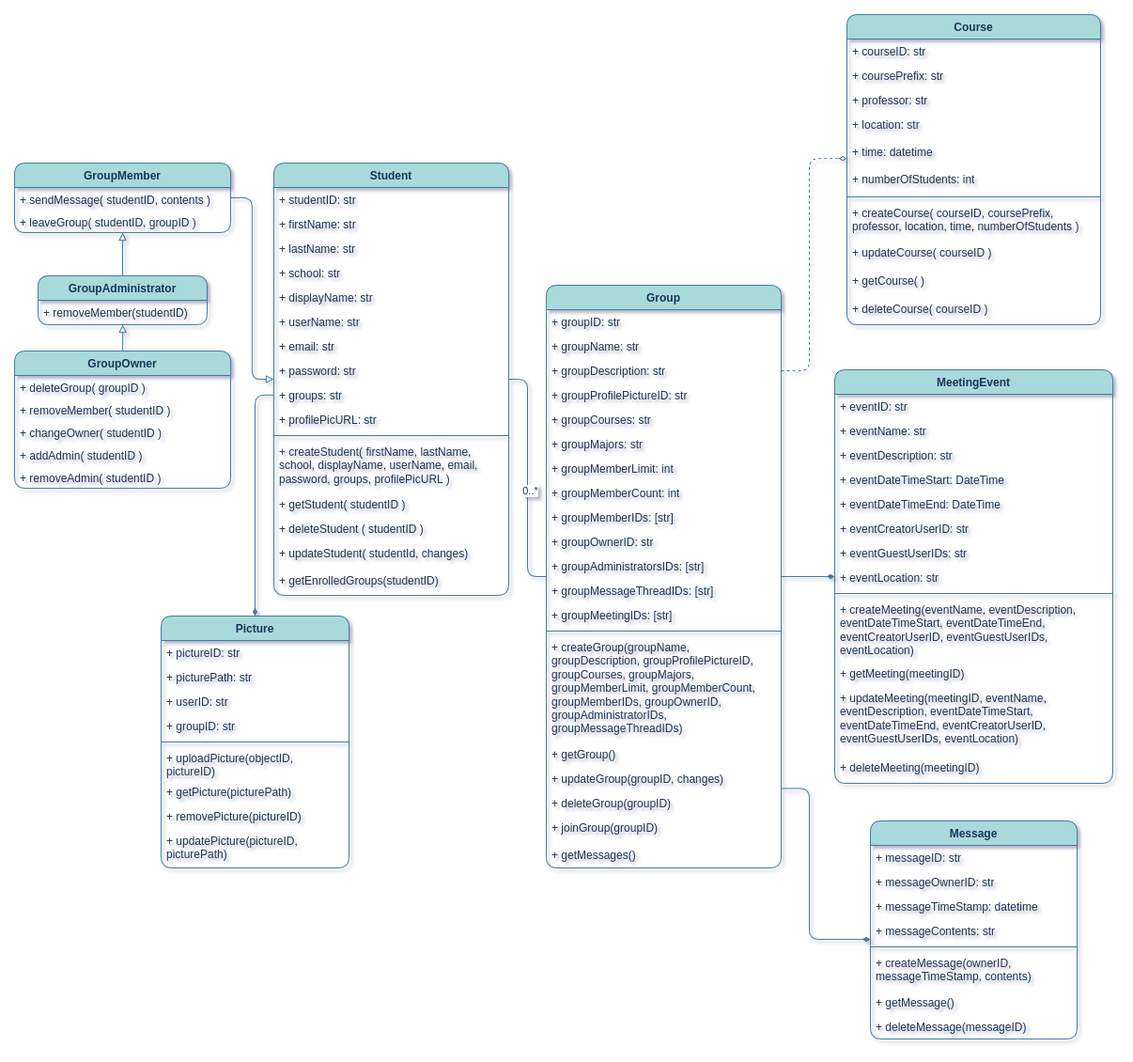
Before: Deliverables/res/deliverable3ClassDiagram.png, a diagram exported from draw.io (jadynlaila/Study_Group_Platform). Source tidied: cells renumbered, new cells last; positions are measured from the earlier drawing's top-left corner, leaving out a move shared by most shapes.
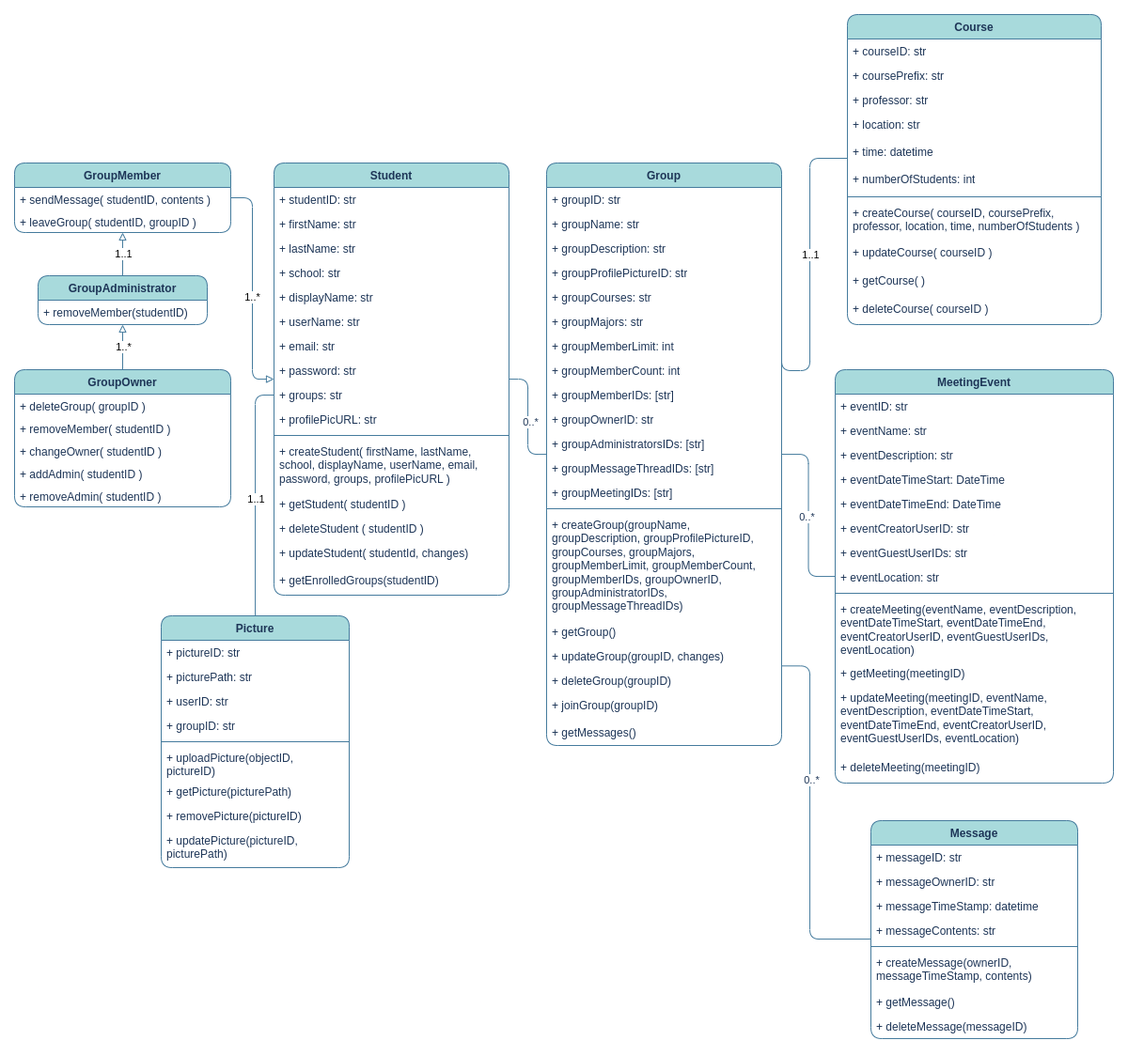
The same file after the commit.

Commit message:
Updated the UML diagram based off feedback

Diff of the diagram source:
```diff
@@ -83,10 +83,13 @@
     <mxCell id="28" value="+ deleteMessage(messageID)" style="text;strokeColor=none;fillColor=none;align=left;verticalAlign=top;spacingLeft=4;spacingRight=4;overflow=hidden;whiteSpace=wrap;html=1;labelBackgroundColor=none;fontColor=#1D3557;rounded=1;" parent="20" vertex="1">
       <mxGeometry y="206" width="220" height="26" as="geometry" />
     </mxCell>
-    <mxCell id="29" style="edgeStyle=orthogonalEdgeStyle;shape=connector;curved=0;rounded=1;jettySize=auto;html=1;strokeColor=#457B9D;align=center;verticalAlign=middle;fontFamily=Helvetica;fontSize=11;fontColor=#1D3557;labelBackgroundColor=default;endArrow=diamondThin;endFill=1;fillColor=#A8DADC;" parent="1" edge="1" source="32" target="62">
+    <mxCell id="29" style="edgeStyle=orthogonalEdgeStyle;shape=connector;curved=0;rounded=1;jettySize=auto;html=1;strokeColor=#457B9D;align=center;verticalAlign=middle;fontFamily=Helvetica;fontSize=11;fontColor=#1D3557;labelBackgroundColor=default;endArrow=none;endFill=0;fillColor=#A8DADC;" parent="1" edge="1" source="32" target="62">
       <mxGeometry relative="1" as="geometry" />
     </mxCell>
+    <mxCell id="101" value="0..*" style="edgeLabel;html=1;align=center;verticalAlign=middle;strokeColor=#457B9D;fontFamily=Helvetica;fontSize=11;fontColor=#1D3557;labelBackgroundColor=default;fillColor=#A8DADC;" parent="29" vertex="1">
+      <mxGeometry x="0.02" y="-2" relative="1" as="geometry" />
+    </mxCell>
-    <mxCell id="30" style="edgeStyle=orthogonalEdgeStyle;shape=connector;curved=0;rounded=1;jettySize=auto;html=1;strokeColor=#457B9D;align=center;verticalAlign=middle;fontFamily=Helvetica;fontSize=11;fontColor=#1D3557;labelBackgroundColor=default;endArrow=diamondThin;endFill=0;fillColor=#A8DADC;dashed=1;exitX=1;exitY=0.5;exitDx=0;exitDy=0;" parent="1" edge="1" source="35" target="87">
+    <mxCell id="30" style="edgeStyle=orthogonalEdgeStyle;shape=connector;curved=0;rounded=1;jettySize=auto;html=1;strokeColor=#457B9D;align=center;verticalAlign=middle;fontFamily=Helvetica;fontSize=11;fontColor=#1D3557;labelBackgroundColor=default;endArrow=none;endFill=0;fillColor=#A8DADC;exitX=1;exitY=0.5;exitDx=0;exitDy=0;" parent="1" edge="1" source="35" target="87">
       <mxGeometry relative="1" as="geometry">
         <Array as="points">
           <mxPoint x="846" y="379" />
@@ -94,16 +97,24 @@
         </Array>
       </mxGeometry>
     </mxCell>
+    <mxCell id="102" value="1..1" style="edgeLabel;html=1;align=center;verticalAlign=middle;" parent="30" vertex="1">
+      <mxGeometry x="0.59" y="3" relative="1" as="geometry">
+        <mxPoint x="3" y="54" as="offset" />
+      </mxGeometry>
+    </mxCell>
-    <mxCell id="31" style="edgeStyle=orthogonalEdgeStyle;shape=connector;curved=0;rounded=1;jettySize=auto;html=1;strokeColor=#457B9D;align=center;verticalAlign=middle;fontFamily=Helvetica;fontSize=11;fontColor=#1D3557;labelBackgroundColor=default;endArrow=diamondThin;endFill=1;fillColor=#A8DADC;exitX=1.001;exitY=0.897;exitDx=0;exitDy=0;exitPerimeter=0;" parent="1" edge="1" source="49" target="20">
+    <mxCell id="31" style="edgeStyle=orthogonalEdgeStyle;shape=connector;curved=0;rounded=1;jettySize=auto;html=1;strokeColor=#457B9D;align=center;verticalAlign=middle;fontFamily=Helvetica;fontSize=11;fontColor=#1D3557;labelBackgroundColor=default;endArrow=none;endFill=0;fillColor=#A8DADC;exitX=1.001;exitY=0.897;exitDx=0;exitDy=0;exitPerimeter=0;" parent="1" edge="1" source="49" target="20">
       <mxGeometry relative="1" as="geometry">
         <Array as="points">
-          <mxPoint x="846" y="823" />
+          <mxPoint x="846" y="693" />
           <mxPoint x="846" y="984" />
         </Array>
       </mxGeometry>
     </mxCell>
+    <mxCell id="103" value="0..*" style="edgeLabel;html=1;align=center;verticalAlign=middle;strokeColor=#457B9D;fontFamily=Helvetica;fontSize=11;fontColor=#1D3557;labelBackgroundColor=default;fillColor=#A8DADC;" parent="31" vertex="1">
+      <mxGeometry x="-0.22" y="1" relative="1" as="geometry" />
+    </mxCell>
     <mxCell id="32" value="Group" style="swimlane;fontStyle=1;align=center;verticalAlign=top;horizontal=1;startSize=26;whiteSpace=wrap;html=1;labelBackgroundColor=none;fillColor=#A8DADC;strokeColor=#457B9D;fontColor=#1D3557;rounded=1;" parent="1" vertex="1">
-      <mxGeometry x="566" y="288" width="250" height="620" as="geometry" />
+      <mxGeometry x="566" y="158" width="250" height="620" as="geometry" />
     </mxCell>
     <mxCell id="33" value="+ groupID: str" style="text;strokeColor=none;fillColor=none;align=left;verticalAlign=top;spacingLeft=4;spacingRight=4;overflow=hidden;whiteSpace=wrap;html=1;labelBackgroundColor=none;fontColor=#1D3557;rounded=1;" parent="32" vertex="1">
       <mxGeometry y="26" width="250" height="26" as="geometry" />
@@ -237,8 +248,13 @@
     <mxCell id="76" style="edgeStyle=orthogonalEdgeStyle;shape=connector;curved=0;rounded=1;jettySize=auto;html=1;strokeColor=#457B9D;align=center;verticalAlign=middle;fontFamily=Helvetica;fontSize=11;fontColor=#1D3557;labelBackgroundColor=default;endArrow=block;endFill=0;fillColor=#A8DADC;" parent="1" edge="1" source="77" target="98">
       <mxGeometry relative="1" as="geometry" />
     </mxCell>
+    <mxCell id="104" value="1..*" style="edgeLabel;html=1;align=center;verticalAlign=middle;" parent="76" vertex="1">
+      <mxGeometry x="0.68" y="-2" relative="1" as="geometry">
+        <mxPoint x="-2" y="15" as="offset" />
+      </mxGeometry>
+    </mxCell>
     <mxCell id="77" value="GroupOwner" style="swimlane;fontStyle=1;align=center;verticalAlign=top;horizontal=1;startSize=26;whiteSpace=wrap;html=1;labelBackgroundColor=none;fillColor=#A8DADC;strokeColor=#457B9D;fontColor=#1D3557;rounded=1;" parent="1" vertex="1">
-      <mxGeometry y="358" width="230" height="146" as="geometry" />
+      <mxGeometry y="378" width="230" height="146" as="geometry" />
     </mxCell>
     <mxCell id="78" value="+ deleteGroup( groupID )" style="text;strokeColor=none;fillColor=none;align=left;verticalAlign=top;spacingLeft=4;spacingRight=4;overflow=hidden;whiteSpace=wrap;html=1;labelBackgroundColor=none;fontColor=#1D3557;rounded=1;" parent="77" vertex="1">
       <mxGeometry y="26" width="230" height="24" as="geometry" />
@@ -258,6 +274,11 @@
     <mxCell id="83" style="edgeStyle=orthogonalEdgeStyle;shape=connector;curved=0;rounded=1;jettySize=auto;html=1;strokeColor=#457B9D;align=center;verticalAlign=middle;fontFamily=Helvetica;fontSize=11;fontColor=#1D3557;labelBackgroundColor=default;endArrow=block;endFill=0;fillColor=#A8DADC;" parent="1" edge="1" source="84" target="4">
       <mxGeometry relative="1" as="geometry" />
     </mxCell>
+    <mxCell id="105" value="1..*" style="edgeLabel;html=1;align=center;verticalAlign=middle;" parent="83" vertex="1">
+      <mxGeometry x="-0.08" y="-1" relative="1" as="geometry">
+        <mxPoint y="18" as="offset" />
+      </mxGeometry>
+    </mxCell>
     <mxCell id="84" value="GroupMember" style="swimlane;fontStyle=1;align=center;verticalAlign=top;horizontal=1;startSize=26;whiteSpace=wrap;html=1;labelBackgroundColor=none;fillColor=#A8DADC;strokeColor=#457B9D;fontColor=#1D3557;rounded=1;" parent="1" vertex="1">
       <mxGeometry y="158" width="230" height="74" as="geometry" />
     </mxCell>
@@ -300,14 +321,20 @@
     <mxCell id="97" style="edgeStyle=orthogonalEdgeStyle;shape=connector;curved=0;rounded=1;jettySize=auto;html=1;strokeColor=#457B9D;align=center;verticalAlign=middle;fontFamily=Helvetica;fontSize=11;fontColor=#1D3557;labelBackgroundColor=default;endArrow=block;endFill=0;fillColor=#A8DADC;" parent="1" edge="1" source="98" target="84">
       <mxGeometry relative="1" as="geometry" />
     </mxCell>
+    <mxCell id="106" value="1..1" style="edgeLabel;html=1;align=center;verticalAlign=middle;" parent="97" vertex="1">
+      <mxGeometry x="0.03" relative="1" as="geometry" />
+    </mxCell>
     <mxCell id="98" value="GroupAdministrator" style="swimlane;fontStyle=1;align=center;verticalAlign=top;horizontal=1;startSize=26;whiteSpace=wrap;html=1;labelBackgroundColor=none;fillColor=#A8DADC;strokeColor=#457B9D;fontColor=#1D3557;rounded=1;" parent="1" vertex="1">
       <mxGeometry x="25" y="278" width="180" height="52" as="geometry" />
     </mxCell>
     <mxCell id="99" value="+ removeMember(studentID)" style="text;strokeColor=none;fillColor=none;align=left;verticalAlign=top;spacingLeft=4;spacingRight=4;overflow=hidden;whiteSpace=wrap;html=1;labelBackgroundColor=none;fontColor=#1D3557;rounded=1;" parent="98" vertex="1">
       <mxGeometry y="26" width="180" height="26" as="geometry" />
     </mxCell>
-    <mxCell id="100" style="edgeStyle=orthogonalEdgeStyle;shape=connector;curved=0;rounded=1;jettySize=auto;html=1;strokeColor=#457B9D;align=center;verticalAlign=middle;fontFamily=Helvetica;fontSize=11;fontColor=#1D3557;labelBackgroundColor=default;endArrow=diamondThin;endFill=1;fillColor=#A8DADC;" parent="1" edge="1" source="13" target="52">
+    <mxCell id="100" style="edgeStyle=orthogonalEdgeStyle;shape=connector;curved=0;rounded=1;jettySize=auto;html=1;strokeColor=#457B9D;align=center;verticalAlign=middle;fontFamily=Helvetica;fontSize=11;fontColor=#1D3557;labelBackgroundColor=default;endArrow=none;endFill=0;fillColor=#A8DADC;" parent="1" edge="1" source="13" target="52">
       <mxGeometry relative="1" as="geometry" />
     </mxCell>
+    <mxCell id="107" value="1..1" style="edgeLabel;html=1;align=center;verticalAlign=middle;" parent="100" vertex="1">
+      <mxGeometry x="0.02" relative="1" as="geometry" />
+    </mxCell>
   </root>
 </mxGraphModel>
```
